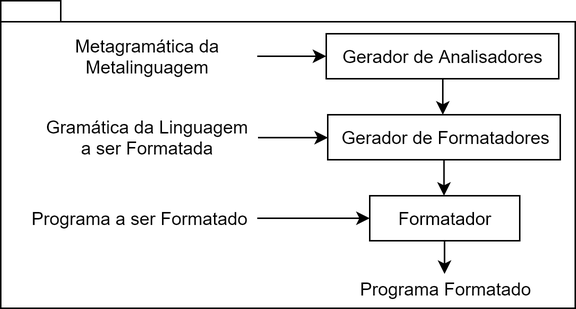
evandrocoan/objectbeatypictures keeps this draw.io diagram as MyWorflowForLarkTraduzido2.png. Above is the earlier version. Source tidied: cells renumbered, new cells last; positions are measured from the earlier drawing's top-left corner, leaving out a move shared by most shapes.
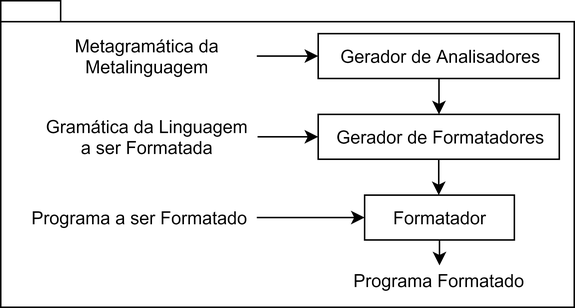
Later version of the same file.

Change to the diagram source:
```diff
@@ -5,16 +5,15 @@
     <mxCell id="2" style="shape=folder;fontStyle=1;spacingTop=10;tabWidth=40;tabHeight=14;tabPosition=left;html=1;" parent="1" vertex="1">
       <mxGeometry width="383" height="205" as="geometry" />
     </mxCell>
-    <mxCell id="3" style="edgeStyle=orthogonalEdgeStyle;rounded=0;html=1;jettySize=auto;" parent="1" edge="1" source="4" target="8">
+    <mxCell id="3" style="edgeStyle=orthogonalEdgeStyle;rounded=0;html=1;jettySize=auto;exitX=0.5;exitY=1;exitDx=0;exitDy=0;entryX=0.5;entryY=0;entryDx=0;entryDy=0;" parent="1" edge="1" source="4" target="8">
       <mxGeometry relative="1" as="geometry">
         <Array as="points">
-          <mxPoint x="295" y="72" />
-          <mxPoint x="295" y="72" />
+          <mxPoint x="293" y="52" />
         </Array>
       </mxGeometry>
     </mxCell>
     <mxCell id="4" value="Gerador de Analisadores" style="rounded=0;whiteSpace=wrap;html=1;" parent="1" vertex="1">
-      <mxGeometry x="217" y="22" width="155" height="30" as="geometry" />
+      <mxGeometry x="212" y="22" width="161" height="30" as="geometry" />
     </mxCell>
     <mxCell id="5" style="edgeStyle=orthogonalEdgeStyle;rounded=0;html=1;entryX=0;entryY=0.5;jettySize=auto;entryDx=0;entryDy=0;" parent="1" edge="1" source="6" target="4">
       <mxGeometry relative="1" as="geometry" />
@@ -31,7 +30,7 @@
       </mxGeometry>
     </mxCell>
     <mxCell id="8" value="Gerador de Formatadores" style="rounded=0;whiteSpace=wrap;html=1;" parent="1" vertex="1">
-      <mxGeometry x="218" y="76" width="155" height="30" as="geometry" />
+      <mxGeometry x="212" y="76" width="161" height="30" as="geometry" />
     </mxCell>
     <mxCell id="9" style="edgeStyle=orthogonalEdgeStyle;rounded=0;html=1;entryX=0;entryY=0.5;jettySize=auto;" parent="1" edge="1" source="10" target="8">
       <mxGeometry relative="1" as="geometry" />
@@ -39,11 +38,15 @@
     <mxCell id="10" value="Gramática da Linguagem&lt;br&gt;a ser Formatada" style="text;html=1;strokeColor=none;fillColor=none;align=center;verticalAlign=middle;whiteSpace=wrap;rounded=0;" parent="1" vertex="1">
       <mxGeometry x="21.5" y="77" width="150" height="28" as="geometry" />
     </mxCell>
-    <mxCell id="11" style="edgeStyle=orthogonalEdgeStyle;rounded=0;html=1;entryX=0.5;entryY=0;jettySize=auto;" parent="1" edge="1" source="12" target="15">
-      <mxGeometry relative="1" as="geometry" />
+    <mxCell id="11" style="edgeStyle=orthogonalEdgeStyle;rounded=0;jettySize=auto;html=1;entryX=0.052;entryY=0.489;entryDx=0;entryDy=0;entryPerimeter=0;" parent="1" edge="1" source="12" target="15">
+      <mxGeometry relative="1" as="geometry">
+        <Array as="points">
+          <mxPoint x="293" y="165" />
+        </Array>
+      </mxGeometry>
     </mxCell>
     <mxCell id="12" value="Formatador" style="rounded=0;whiteSpace=wrap;html=1;" parent="1" vertex="1">
-      <mxGeometry x="246" y="130" width="100" height="30" as="geometry" />
+      <mxGeometry x="243" y="130" width="100" height="30" as="geometry" />
     </mxCell>
     <mxCell id="13" style="edgeStyle=orthogonalEdgeStyle;rounded=0;html=1;jettySize=auto;" parent="1" edge="1" source="14" target="12">
       <mxGeometry relative="1" as="geometry" />
@@ -51,8 +54,8 @@
     <mxCell id="14" value="Programa a ser Formatado" style="text;html=1;strokeColor=none;fillColor=none;align=center;verticalAlign=middle;whiteSpace=wrap;rounded=0;" parent="1" vertex="1">
       <mxGeometry x="13" y="135" width="158" height="20" as="geometry" />
     </mxCell>
-    <mxCell id="15" value="Programa Formatado" style="text;html=1;strokeColor=none;fillColor=none;align=center;verticalAlign=middle;whiteSpace=wrap;rounded=0;" parent="1" vertex="1">
-      <mxGeometry x="226" y="182.3" width="140" height="20" as="geometry" />
+    <mxCell id="15" value="Programa Formatado" style="text;html=1;strokeColor=none;fillColor=none;align=center;verticalAlign=middle;whiteSpace=wrap;rounded=0;direction=south;" parent="1" vertex="1">
+      <mxGeometry x="223.5" y="176" width="136" height="21" as="geometry" />
     </mxCell>
   </root>
 </mxGraphModel>
```
